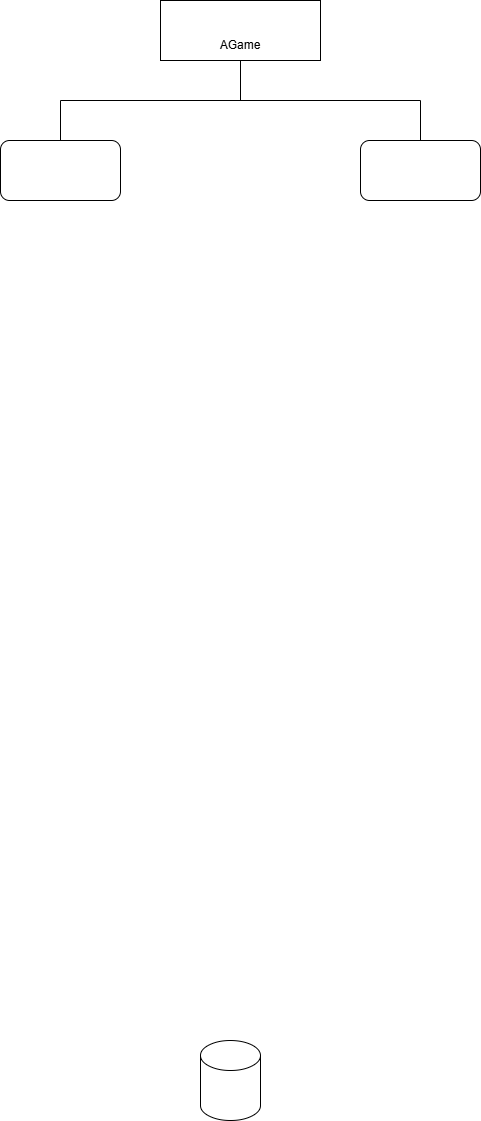
Earlier version of the draw.io export Agame Architecture.png (vivekpandey009/AGame). Source tidied: cells renumbered, new cells last; positions are measured from the earlier drawing's top-left corner, leaving out a move shared by most shapes. Its diagram source:
```xml
<mxGraphModel>
  <root>
    <mxCell id="0" />
    <mxCell id="1" parent="0" />
    <mxCell id="2" style="rounded=0;whiteSpace=wrap;html=1;" parent="1" vertex="1">
      <mxGeometry x="160" width="160" height="60" as="geometry" />
    </mxCell>
    <mxCell id="3" style="shape=cylinder3;whiteSpace=wrap;html=1;boundedLbl=1;backgroundOutline=1;size=15;" parent="1" vertex="1">
      <mxGeometry x="200" y="1040" width="60" height="80" as="geometry" />
    </mxCell>
    <mxCell id="4" value="AGame" style="text;html=1;align=center;verticalAlign=middle;whiteSpace=wrap;rounded=0;" parent="1" vertex="1">
      <mxGeometry x="210" y="30" width="60" height="30" as="geometry" />
    </mxCell>
    <mxCell id="5" style="rounded=1;whiteSpace=wrap;html=1;" parent="1" vertex="1">
      <mxGeometry y="140" width="120" height="60" as="geometry" />
    </mxCell>
    <mxCell id="6" style="rounded=1;whiteSpace=wrap;html=1;" parent="1" vertex="1">
      <mxGeometry x="360" y="140" width="120" height="60" as="geometry" />
    </mxCell>
    <mxCell id="7" style="endArrow=none;html=1;rounded=0;" parent="1" edge="1">
      <mxGeometry relative="1" as="geometry">
        <mxPoint x="60" y="100" as="sourcePoint" />
        <mxPoint x="420" y="100" as="targetPoint" />
      </mxGeometry>
    </mxCell>
    <mxCell id="8" style="endArrow=none;html=1;rounded=0;entryX=0.5;entryY=1;entryDx=0;entryDy=0;" parent="1" edge="1" target="4">
      <mxGeometry relative="1" as="geometry">
        <mxPoint x="240" y="100" as="sourcePoint" />
      </mxGeometry>
    </mxCell>
    <mxCell id="9" style="endArrow=none;html=1;rounded=0;exitX=0.5;exitY=0;exitDx=0;exitDy=0;" parent="1" edge="1" source="5">
      <mxGeometry relative="1" as="geometry">
        <mxPoint x="60" y="100" as="targetPoint" />
      </mxGeometry>
    </mxCell>
    <mxCell id="10" style="endArrow=none;html=1;rounded=0;" parent="1" edge="1" source="6">
      <mxGeometry relative="1" as="geometry">
        <mxPoint x="420" y="100" as="targetPoint" />
      </mxGeometry>
    </mxCell>
  </root>
</mxGraphModel>
```
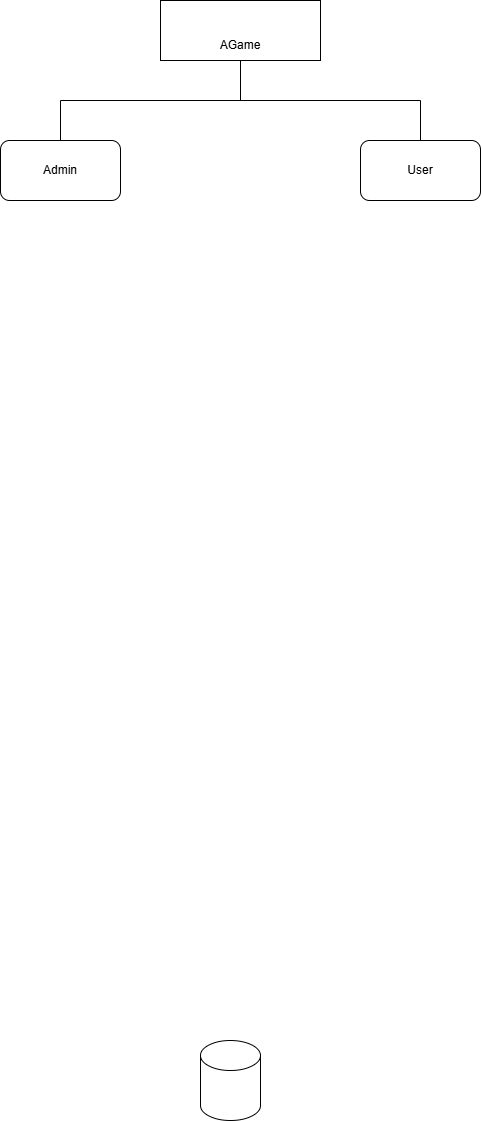
The same file after the commit.

Diff of the diagram source:
```diff
@@ -38,5 +38,11 @@
         <mxPoint x="420" y="100" as="targetPoint" />
       </mxGeometry>
     </mxCell>
+    <mxCell id="11" value="Admin" style="text;html=1;align=center;verticalAlign=middle;whiteSpace=wrap;rounded=0;" parent="1" vertex="1">
+      <mxGeometry x="30" y="155" width="60" height="30" as="geometry" />
+    </mxCell>
+    <mxCell id="12" value="User" style="text;html=1;align=center;verticalAlign=middle;whiteSpace=wrap;rounded=0;" parent="1" vertex="1">
+      <mxGeometry x="390" y="155" width="60" height="30" as="geometry" />
+    </mxCell>
   </root>
 </mxGraphModel>
```
